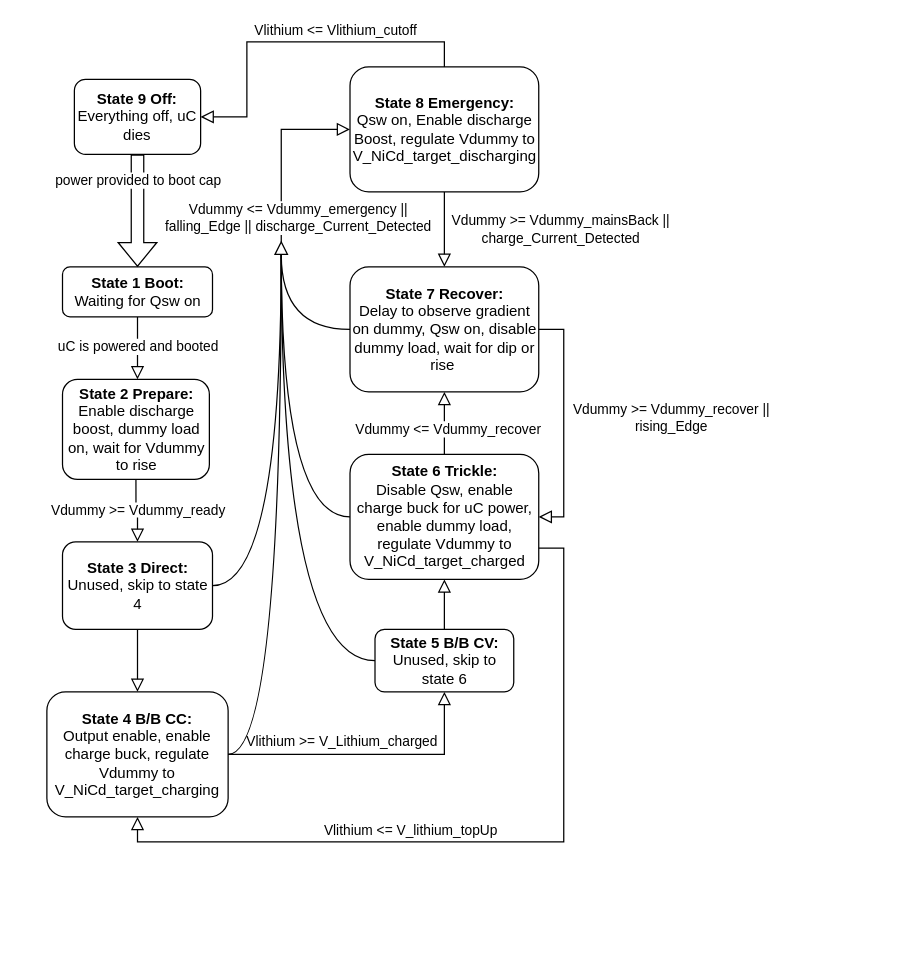
The draw.io diagram 204IntefaceFlowchart_CV.drawio in BStainthorpe/Flowcharts, before the edit. Source tidied: cells renumbered, new cells numbered last; positions are measured from the earlier drawing's top-left corner, leaving out a move shared by most shapes. Both pictures are drawn from the tidied source at 125%, with x=0, y=0 at pixel (46, 41).
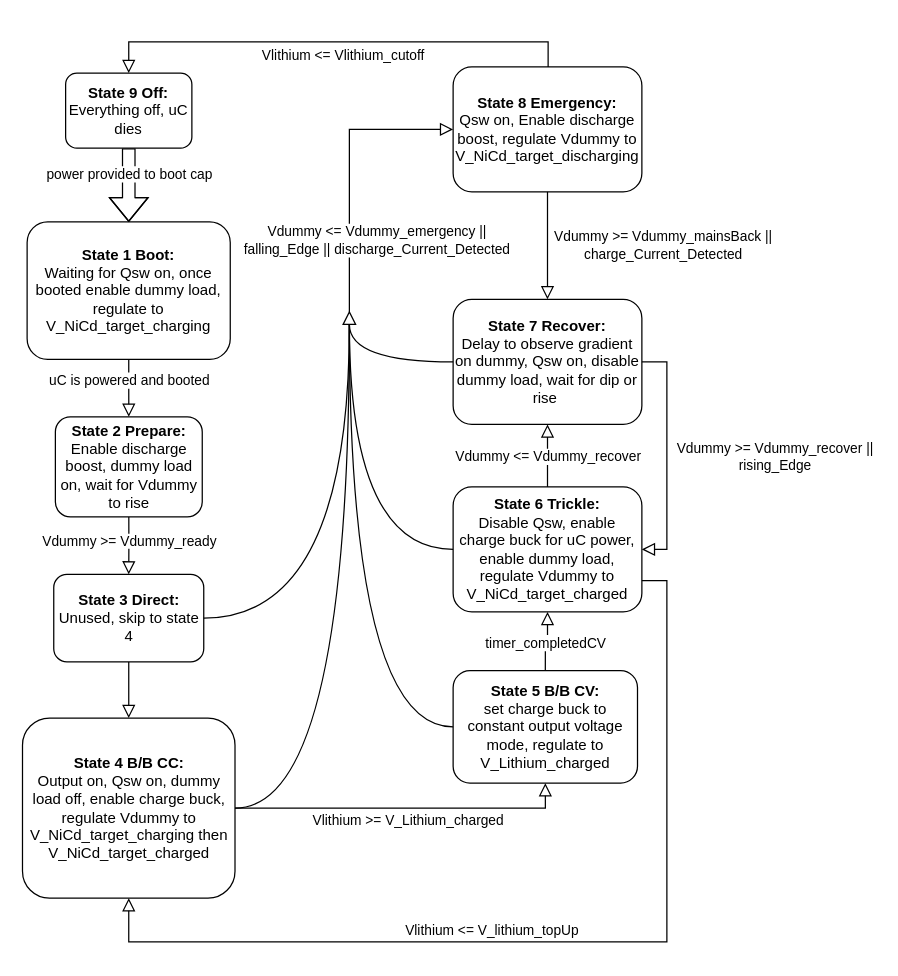
Above is the later version.

Unchanged cells that the change refers to:
```xml
<mxCell id="31" style="rounded=0;html=1;jettySize=auto;fontSize=11;endArrow=block;endFill=0;endSize=8;strokeWidth=1;shadow=0;labelBackgroundColor=none;edgeStyle=orthogonalEdgeStyle;entryX=1;entryY=0.5;entryDx=0;entryDy=0;exitX=1;exitY=0.5;exitDx=0;exitDy=0;" parent="1" edge="1" source="14" target="12">
  <mxGeometry x="0.04" y="20" relative="1" as="geometry" />
</mxCell>
<mxCell id="33" style="rounded=0;html=1;jettySize=auto;fontSize=11;endArrow=block;endFill=0;endSize=8;strokeWidth=1;shadow=0;labelBackgroundColor=none;edgeStyle=orthogonalEdgeStyle;entryX=0.5;entryY=1;entryDx=0;entryDy=0;exitX=0.5;exitY=0;exitDx=0;exitDy=0;" parent="1" edge="1" source="12" target="14">
  <mxGeometry x="0.04" y="20" relative="1" as="geometry" />
</mxCell>
```

Diff of the diagram source:
```diff
@@
-    <mxCell id="2" style="rounded=0;html=1;jettySize=auto;fontSize=11;endArrow=block;endFill=0;endSize=8;strokeWidth=1;shadow=0;labelBackgroundColor=none;edgeStyle=orthogonalEdgeStyle;" parent="1" edge="1" source="4">
-      <mxGeometry relative="1" as="geometry">
-        <mxPoint x="72.5" y="270" as="targetPoint" />
-      </mxGeometry>
-    </mxCell>
+    <mxCell id="37" style="rounded=0;html=1;jettySize=auto;fontSize=11;endArrow=block;endFill=0;endSize=8;strokeWidth=1;shadow=0;labelBackgroundColor=none;edgeStyle=orthogonalEdgeStyle;entryX=0.5;entryY=0;entryDx=0;entryDy=0;" parent="1" edge="1" source="38" target="7">
+      <mxGeometry relative="1" as="geometry" />
+    </mxCell>
-    <mxCell id="3" value="uC is powered and booted" style="edgeLabel;html=1;align=center;verticalAlign=middle;" parent="2" vertex="1">
+    <mxCell id="3" value="uC is powered and booted" style="edgeLabel;html=1;align=center;verticalAlign=middle;" parent="37" vertex="1">
       <mxGeometry x="-0.07" y="1" relative="1" as="geometry">
-        <mxPoint x="-1" as="offset" />
+        <mxPoint x="-1" y="-5" as="offset" />
       </mxGeometry>
     </mxCell>
-    <mxCell id="4" value="&lt;b&gt;State 1 Boot:&lt;/b&gt;&lt;div&gt;Waiting for Qsw on&lt;/div&gt;" style="rounded=1;whiteSpace=wrap;html=1;fontSize=12;glass=0;strokeWidth=1;shadow=0;" parent="1" vertex="1">
-      <mxGeometry x="12.5" y="180" width="120" height="40" as="geometry" />
-    </mxCell>
-    <mxCell id="5" style="rounded=0;html=1;jettySize=auto;fontSize=11;endArrow=block;endFill=0;endSize=8;strokeWidth=1;shadow=0;labelBackgroundColor=none;edgeStyle=orthogonalEdgeStyle;exitX=0.5;exitY=1;exitDx=0;exitDy=0;entryX=0.5;entryY=0;entryDx=0;entryDy=0;" parent="1" edge="1" source="8" target="9">
-      <mxGeometry x="0.05" y="19" relative="1" as="geometry">
-        <mxPoint y="-1" as="offset" />
-      </mxGeometry>
-    </mxCell>
+    <mxCell id="38" value="&lt;b&gt;State 1 Boot:&lt;/b&gt;&lt;div&gt;Waiting for Qsw on, once booted enable dummy load, regulate to V_NiCd_target_charging&lt;/div&gt;" style="rounded=1;whiteSpace=wrap;html=1;fontSize=12;glass=0;strokeWidth=1;shadow=0;" parent="1" vertex="1">
+      <mxGeometry x="-15.8" y="144" width="162.5" height="110" as="geometry" />
+    </mxCell>
+    <mxCell id="39" style="rounded=0;html=1;jettySize=auto;fontSize=11;endArrow=block;endFill=0;endSize=8;strokeWidth=1;shadow=0;labelBackgroundColor=none;edgeStyle=orthogonalEdgeStyle;exitX=0.5;exitY=1;exitDx=0;exitDy=0;entryX=0.5;entryY=0;entryDx=0;entryDy=0;" parent="1" edge="1" source="8" target="40">
+      <mxGeometry x="-0.02" y="19" relative="1" as="geometry" />
+    </mxCell>
     <mxCell id="6" value="&lt;span style=&quot;background-color: rgb(255, 255, 255);&quot;&gt;Vdummy &amp;gt;= Vdummy_ready&lt;/span&gt;" style="edgeStyle=orthogonalEdgeStyle;rounded=0;html=1;jettySize=auto;fontSize=11;endArrow=block;endFill=0;endSize=8;strokeWidth=1;shadow=0;labelBackgroundColor=none;entryX=0.5;entryY=0;entryDx=0;entryDy=0;exitX=0.5;exitY=1;exitDx=0;exitDy=0;" parent="1" edge="1" source="7" target="8">
-      <mxGeometry relative="1" as="geometry" />
+      <mxGeometry x="-0.13" relative="1" as="geometry" />
     </mxCell>
-    <mxCell id="7" value="&lt;b&gt;State 2 Prepare:&lt;/b&gt;&lt;div&gt;Enable discharge boost, dummy load on, wait for Vdummy to rise&lt;/div&gt;" style="rounded=1;whiteSpace=wrap;html=1;fontSize=12;glass=0;strokeWidth=1;shadow=0;" parent="1" vertex="1">
-      <mxGeometry x="12.5" y="270" width="117.5" height="80" as="geometry" />
-    </mxCell>
-    <mxCell id="8" value="&lt;b&gt;State 3 Direct:&lt;/b&gt;&lt;div&gt;Unused, skip to state 4&lt;/div&gt;" style="rounded=1;whiteSpace=wrap;html=1;fontSize=12;glass=0;strokeWidth=1;shadow=0;" parent="1" vertex="1">
-      <mxGeometry x="12.5" y="400" width="120" height="70" as="geometry" />
+    <mxCell id="8" value="&lt;b&gt;State 3 Direct:&lt;br&gt;&lt;/b&gt;&lt;div&gt;&lt;span style=&quot;background-color: initial;&quot;&gt;Unused, skip to state 4&lt;/span&gt;&lt;/div&gt;" style="rounded=1;whiteSpace=wrap;html=1;fontSize=12;glass=0;strokeWidth=1;shadow=0;" parent="1" vertex="1">
+      <mxGeometry x="5.5" y="426" width="120" height="70" as="geometry" />
     </mxCell>
-    <mxCell id="9" value="&lt;b&gt;State 4 B/B CC:&lt;/b&gt;&lt;div&gt;Output enable, enable charge buck, regulate Vdummy to V_NiCd_target_charging&lt;/div&gt;" style="rounded=1;whiteSpace=wrap;html=1;fontSize=12;glass=0;strokeWidth=1;shadow=0;" parent="1" vertex="1">
-      <mxGeometry y="520" width="145" height="100" as="geometry" />
-    </mxCell>
-    <mxCell id="10" value="&lt;b&gt;State 5 B/B CV:&lt;/b&gt;&lt;div&gt;Unused, skip to state 6&lt;/div&gt;" style="rounded=1;whiteSpace=wrap;html=1;fontSize=12;glass=0;strokeWidth=1;shadow=0;" parent="1" vertex="1">
-      <mxGeometry x="262.5" y="470" width="111" height="50" as="geometry" />
-    </mxCell>
+    <mxCell id="40" value="&lt;b&gt;State 4 B/B CC:&lt;/b&gt;&lt;div&gt;Output on, Qsw on, dummy load off, enable charge buck, regulate Vdummy to V_NiCd_target_charging then V_NiCd_target_charged&lt;/div&gt;" style="rounded=1;whiteSpace=wrap;html=1;fontSize=12;glass=0;strokeWidth=1;shadow=0;" parent="1" vertex="1">
+      <mxGeometry x="-19.5" y="541" width="170" height="144" as="geometry" />
+    </mxCell>
+    <mxCell id="41" value="&lt;b&gt;State 5 B/B CV:&lt;/b&gt;&lt;div&gt;set charge buck to constant output voltage mode, regulate to V_Lithium_charged&lt;/div&gt;" style="rounded=1;whiteSpace=wrap;html=1;fontSize=12;glass=0;strokeWidth=1;shadow=0;" parent="1" vertex="1">
+      <mxGeometry x="325" y="503" width="147.5" height="90" as="geometry" />
+    </mxCell>
-    <mxCell id="11" value="&lt;span style=&quot;background-color: rgb(255, 255, 255);&quot;&gt;Vlithium &amp;gt;= V_Lithium_charged&lt;/span&gt;" style="rounded=0;html=1;jettySize=auto;fontSize=11;endArrow=block;endFill=0;endSize=8;strokeWidth=1;shadow=0;labelBackgroundColor=none;edgeStyle=orthogonalEdgeStyle;exitX=1;exitY=0.5;exitDx=0;exitDy=0;entryX=0.5;entryY=1;entryDx=0;entryDy=0;" parent="1" edge="1" source="9" target="10">
-      <mxGeometry x="-0.18" y="10" relative="1" as="geometry" />
+    <mxCell id="11" value="&lt;span style=&quot;background-color: rgb(255, 255, 255);&quot;&gt;Vlithium &amp;gt;= V_Lithium_charged&lt;/span&gt;" style="rounded=0;html=1;jettySize=auto;fontSize=11;endArrow=block;endFill=0;endSize=8;strokeWidth=1;shadow=0;labelBackgroundColor=none;edgeStyle=orthogonalEdgeStyle;exitX=1;exitY=0.5;exitDx=0;exitDy=0;entryX=0.5;entryY=1;entryDx=0;entryDy=0;" parent="1" edge="1" source="40" target="41">
+      <mxGeometry x="0.03" y="-10" relative="1" as="geometry">
+        <Array as="points">
+          <mxPoint x="399" y="613" />
+        </Array>
+      </mxGeometry>
     </mxCell>
     <mxCell id="12" value="&lt;b&gt;State 6 Trickle:&lt;/b&gt;&lt;div&gt;Disable Qsw, enable charge buck for uC power, enable dummy load, regulate Vdummy to V_NiCd_target_charged&lt;/div&gt;" style="rounded=1;whiteSpace=wrap;html=1;fontSize=12;glass=0;strokeWidth=1;shadow=0;" parent="1" vertex="1">
-      <mxGeometry x="242.5" y="330" width="151" height="100" as="geometry" />
+      <mxGeometry x="325" y="356" width="151" height="100" as="geometry" />
     </mxCell>
-    <mxCell id="13" style="rounded=0;html=1;jettySize=auto;fontSize=11;endArrow=block;endFill=0;endSize=8;strokeWidth=1;shadow=0;labelBackgroundColor=none;edgeStyle=orthogonalEdgeStyle;exitX=0.5;exitY=0;exitDx=0;exitDy=0;entryX=0.5;entryY=1;entryDx=0;entryDy=0;" parent="1" edge="1" source="10" target="12">
-      <mxGeometry x="0.04" y="20" relative="1" as="geometry" />
-    </mxCell>
+    <mxCell id="42" style="rounded=0;html=1;jettySize=auto;fontSize=11;endArrow=block;endFill=0;endSize=8;strokeWidth=1;shadow=0;labelBackgroundColor=none;edgeStyle=orthogonalEdgeStyle;exitX=0.5;exitY=0;exitDx=0;exitDy=0;entryX=0.5;entryY=1;entryDx=0;entryDy=0;" parent="1" edge="1" source="41" target="12">
+      <mxGeometry x="0.04" y="20" relative="1" as="geometry" />
+    </mxCell>
+    <mxCell id="43" value="timer_completedCV" style="edgeLabel;html=1;align=center;verticalAlign=middle;" parent="42" vertex="1">
+      <mxGeometry x="-0.04" relative="1" as="geometry" />
+    </mxCell>
-    <mxCell id="14" value="&lt;b&gt;State 7 Recover:&lt;/b&gt;&lt;div&gt;Delay to observe gradient on dummy, Qsw on, disable dummy load, wait for dip or rise&amp;nbsp;&lt;/div&gt;" style="rounded=1;whiteSpace=wrap;html=1;fontSize=12;glass=0;strokeWidth=1;shadow=0;" parent="1" vertex="1">
-      <mxGeometry x="242.5" y="180" width="151" height="100" as="geometry" />
+    <mxCell id="14" value="&lt;b&gt;State 7 Recover:&lt;/b&gt;&lt;div&gt;Delay to observe gradient on dummy, Qsw on, disable dummy load, wait for dip or rise&amp;nbsp;&lt;br&gt;&lt;/div&gt;" style="rounded=1;whiteSpace=wrap;html=1;fontSize=12;glass=0;strokeWidth=1;shadow=0;" parent="1" vertex="1">
+      <mxGeometry x="325" y="206" width="151" height="100" as="geometry" />
     </mxCell>
-    <mxCell id="15" style="triangle;whiteSpace=wrap;html=1;rotation=-90;" parent="1" vertex="1">
-      <mxGeometry x="182.5" y="160" width="10" height="10" as="geometry" />
-    </mxCell>
-    <mxCell id="16" style="edgeStyle=orthogonalEdgeStyle;rounded=0;html=1;jettySize=auto;fontSize=11;endArrow=none;endFill=0;strokeWidth=1;shadow=0;labelBackgroundColor=none;entryX=0;entryY=0.5;entryDx=0;entryDy=0;exitX=1;exitY=0.5;exitDx=0;exitDy=0;curved=1;" parent="1" edge="1" source="8" target="15">
-      <mxGeometry relative="1" as="geometry" />
-    </mxCell>
-    <mxCell id="17" style="edgeStyle=orthogonalEdgeStyle;rounded=0;html=1;jettySize=auto;fontSize=11;endArrow=none;endFill=0;strokeWidth=1;shadow=0;labelBackgroundColor=none;exitX=1;exitY=0.5;exitDx=0;exitDy=0;curved=1;entryX=0;entryY=0.5;entryDx=0;entryDy=0;" parent="1" edge="1" source="9" target="15">
-      <mxGeometry relative="1" as="geometry" />
-    </mxCell>
-    <mxCell id="18" style="edgeStyle=orthogonalEdgeStyle;rounded=0;html=1;jettySize=auto;fontSize=11;endArrow=none;endFill=0;strokeWidth=1;shadow=0;labelBackgroundColor=none;exitX=0;exitY=0.5;exitDx=0;exitDy=0;curved=1;entryX=0;entryY=0.5;entryDx=0;entryDy=0;" parent="1" edge="1" source="10" target="15">
-      <mxGeometry relative="1" as="geometry" />
-    </mxCell>
-    <mxCell id="19" style="edgeStyle=orthogonalEdgeStyle;rounded=0;html=1;jettySize=auto;fontSize=11;endArrow=none;endFill=0;strokeWidth=1;shadow=0;labelBackgroundColor=none;exitX=0;exitY=0.5;exitDx=0;exitDy=0;curved=1;entryX=0;entryY=0.5;entryDx=0;entryDy=0;" parent="1" edge="1" source="12" target="15">
-      <mxGeometry relative="1" as="geometry" />
-    </mxCell>
-    <mxCell id="20" value="&lt;b&gt;State 8 Emergency:&lt;/b&gt;&lt;div&gt;Qsw on, Enable discharge Boost, regulate Vdummy to V_NiCd_target_discharging&lt;/div&gt;" style="rounded=1;whiteSpace=wrap;html=1;fontSize=12;glass=0;strokeWidth=1;shadow=0;" parent="1" vertex="1">
-      <mxGeometry x="242.5" y="20" width="151" height="100" as="geometry" />
-    </mxCell>
-    <mxCell id="21" style="rounded=0;html=1;jettySize=auto;fontSize=11;endArrow=block;endFill=0;endSize=8;strokeWidth=1;shadow=0;labelBackgroundColor=none;edgeStyle=orthogonalEdgeStyle;entryX=0;entryY=0.5;entryDx=0;entryDy=0;exitX=1;exitY=0.5;exitDx=0;exitDy=0;" parent="1" edge="1" source="15" target="20">
-      <mxGeometry x="0.04" y="20" relative="1" as="geometry" />
-    </mxCell>
+    <mxCell id="44" style="triangle;whiteSpace=wrap;html=1;rotation=-90;" parent="1" vertex="1">
+      <mxGeometry x="237" y="216" width="10" height="10" as="geometry" />
+    </mxCell>
+    <mxCell id="45" style="edgeStyle=orthogonalEdgeStyle;rounded=0;html=1;jettySize=auto;fontSize=11;endArrow=none;endFill=0;strokeWidth=1;shadow=0;labelBackgroundColor=none;entryX=0;entryY=0.5;entryDx=0;entryDy=0;exitX=1;exitY=0.5;exitDx=0;exitDy=0;curved=1;" parent="1" edge="1" source="8" target="44">
+      <mxGeometry relative="1" as="geometry" />
+    </mxCell>
+    <mxCell id="46" style="edgeStyle=orthogonalEdgeStyle;rounded=0;html=1;jettySize=auto;fontSize=11;endArrow=none;endFill=0;strokeWidth=1;shadow=0;labelBackgroundColor=none;exitX=1;exitY=0.5;exitDx=0;exitDy=0;curved=1;entryX=0;entryY=0.5;entryDx=0;entryDy=0;" parent="1" edge="1" source="40" target="44">
+      <mxGeometry relative="1" as="geometry" />
+    </mxCell>
+    <mxCell id="47" style="edgeStyle=orthogonalEdgeStyle;rounded=0;html=1;jettySize=auto;fontSize=11;endArrow=none;endFill=0;strokeWidth=1;shadow=0;labelBackgroundColor=none;exitX=0;exitY=0.5;exitDx=0;exitDy=0;curved=1;entryX=0;entryY=0.5;entryDx=0;entryDy=0;" parent="1" edge="1" source="41" target="44">
+      <mxGeometry relative="1" as="geometry" />
+    </mxCell>
+    <mxCell id="48" style="edgeStyle=orthogonalEdgeStyle;rounded=0;html=1;jettySize=auto;fontSize=11;endArrow=none;endFill=0;strokeWidth=1;shadow=0;labelBackgroundColor=none;exitX=0;exitY=0.5;exitDx=0;exitDy=0;curved=1;entryX=0;entryY=0.5;entryDx=0;entryDy=0;" parent="1" edge="1" source="12" target="44">
+      <mxGeometry relative="1" as="geometry" />
+    </mxCell>
+    <mxCell id="49" value="&lt;b&gt;State 8 Emergency:&lt;/b&gt;&lt;div&gt;Qsw on, Enable discharge boost, regulate Vdummy to V_NiCd_target_discharging&lt;/div&gt;" style="rounded=1;whiteSpace=wrap;html=1;fontSize=12;glass=0;strokeWidth=1;shadow=0;" parent="1" vertex="1">
+      <mxGeometry x="325" y="20" width="151" height="100" as="geometry" />
+    </mxCell>
+    <mxCell id="50" style="rounded=0;html=1;jettySize=auto;fontSize=11;endArrow=block;endFill=0;endSize=8;strokeWidth=1;shadow=0;labelBackgroundColor=none;edgeStyle=orthogonalEdgeStyle;entryX=0;entryY=0.5;entryDx=0;entryDy=0;exitX=1;exitY=0.5;exitDx=0;exitDy=0;" parent="1" edge="1" source="44" target="49">
+      <mxGeometry x="0.04" y="20" relative="1" as="geometry" />
+    </mxCell>
-    <mxCell id="22" value="Vdummy &amp;lt;= Vdummy_emergency ||&lt;div&gt;falling_Edge || discharge_Current_Detected&lt;/div&gt;" style="edgeLabel;html=1;align=center;verticalAlign=middle;" parent="21" vertex="1">
+    <mxCell id="22" value="Vdummy &amp;lt;= Vdummy_emergency ||&lt;div&gt;falling_Edge || discharge_Current_Detected&lt;/div&gt;" style="edgeLabel;html=1;align=center;verticalAlign=middle;" parent="50" vertex="1">
       <mxGeometry x="-0.09" relative="1" as="geometry">
-        <mxPoint x="13" y="46" as="offset" />
+        <mxPoint x="21" y="46" as="offset" />
       </mxGeometry>
     </mxCell>
-    <mxCell id="23" style="edgeStyle=orthogonalEdgeStyle;rounded=0;html=1;jettySize=auto;fontSize=11;endArrow=none;endFill=0;strokeWidth=1;shadow=0;labelBackgroundColor=none;exitX=0;exitY=0.5;exitDx=0;exitDy=0;curved=1;entryX=0;entryY=0.5;entryDx=0;entryDy=0;" parent="1" edge="1" source="14" target="15">
-      <mxGeometry relative="1" as="geometry" />
-    </mxCell>
-    <mxCell id="24" style="edgeStyle=orthogonalEdgeStyle;rounded=0;jettySize=auto;html=1;exitX=0.5;exitY=1;exitDx=0;exitDy=0;shape=flexArrow;" parent="1" edge="1" source="26" target="4">
-      <mxGeometry relative="1" as="geometry" />
-    </mxCell>
+    <mxCell id="51" style="edgeStyle=orthogonalEdgeStyle;rounded=0;html=1;jettySize=auto;fontSize=11;endArrow=none;endFill=0;strokeWidth=1;shadow=0;labelBackgroundColor=none;exitX=0;exitY=0.5;exitDx=0;exitDy=0;curved=1;entryX=0;entryY=0.5;entryDx=0;entryDy=0;" parent="1" edge="1" source="14" target="44">
+      <mxGeometry relative="1" as="geometry" />
+    </mxCell>
+    <mxCell id="52" style="edgeStyle=orthogonalEdgeStyle;rounded=0;jettySize=auto;html=1;exitX=0.5;exitY=1;exitDx=0;exitDy=0;shape=flexArrow;" parent="1" edge="1" source="26" target="38">
+      <mxGeometry relative="1" as="geometry" />
+    </mxCell>
-    <mxCell id="25" value="power provided to boot cap" style="edgeLabel;html=1;align=center;verticalAlign=middle;" parent="24" vertex="1">
+    <mxCell id="25" value="power provided to boot cap" style="edgeLabel;html=1;align=center;verticalAlign=middle;" parent="52" vertex="1">
       <mxGeometry x="0.03" y="-4" relative="1" as="geometry">
-        <mxPoint x="4" y="-26" as="offset" />
+        <mxPoint x="4" y="-10" as="offset" />
       </mxGeometry>
     </mxCell>
     <mxCell id="26" value="&lt;b&gt;State 9 Off:&lt;/b&gt;&lt;div&gt;Everything off, uC dies&lt;/div&gt;" style="rounded=1;whiteSpace=wrap;html=1;fontSize=12;glass=0;strokeWidth=1;shadow=0;" parent="1" vertex="1">
-      <mxGeometry x="22" y="30" width="101" height="60" as="geometry" />
+      <mxGeometry x="15" y="25" width="101" height="60" as="geometry" />
     </mxCell>
-    <mxCell id="27" style="rounded=0;html=1;jettySize=auto;fontSize=11;endArrow=block;endFill=0;endSize=8;strokeWidth=1;shadow=0;labelBackgroundColor=none;edgeStyle=orthogonalEdgeStyle;entryX=1;entryY=0.5;entryDx=0;entryDy=0;exitX=0.5;exitY=0;exitDx=0;exitDy=0;" parent="1" edge="1" source="20" target="26">
-      <mxGeometry x="0.04" y="20" relative="1" as="geometry">
-        <Array as="points">
-          <mxPoint x="318" />
-          <mxPoint x="160" />
-          <mxPoint x="160" y="60" />
-        </Array>
-      </mxGeometry>
-    </mxCell>
+    <mxCell id="53" style="rounded=0;html=1;jettySize=auto;fontSize=11;endArrow=block;endFill=0;endSize=8;strokeWidth=1;shadow=0;labelBackgroundColor=none;edgeStyle=orthogonalEdgeStyle;entryX=0.5;entryY=0;entryDx=0;entryDy=0;" parent="1" edge="1" target="26">
+      <mxGeometry x="0.04" y="20" relative="1" as="geometry">
+        <mxPoint x="401" y="20" as="sourcePoint" />
+        <Array as="points">
+          <mxPoint x="401" />
+          <mxPoint x="66" />
+        </Array>
+      </mxGeometry>
+    </mxCell>
-    <mxCell id="28" value="Vlithium &amp;lt;= Vlithium_cutoff" style="edgeLabel;html=1;align=center;verticalAlign=middle;" parent="27" vertex="1">
+    <mxCell id="28" value="Vlithium &amp;lt;= Vlithium_cutoff" style="edgeLabel;html=1;align=center;verticalAlign=middle;" parent="53" vertex="1">
       <mxGeometry x="-0.09" relative="1" as="geometry">
-        <mxPoint x="17" y="-10" as="offset" />
+        <mxPoint x="-12" y="10" as="offset" />
       </mxGeometry>
     </mxCell>
-    <mxCell id="29" style="rounded=0;html=1;jettySize=auto;fontSize=11;endArrow=block;endFill=0;endSize=8;strokeWidth=1;shadow=0;labelBackgroundColor=none;edgeStyle=orthogonalEdgeStyle;entryX=0.5;entryY=0;entryDx=0;entryDy=0;exitX=0.5;exitY=1;exitDx=0;exitDy=0;" parent="1" edge="1" source="20" target="14">
-      <mxGeometry x="0.04" y="20" relative="1" as="geometry" />
-    </mxCell>
+    <mxCell id="54" style="rounded=0;html=1;jettySize=auto;fontSize=11;endArrow=block;endFill=0;endSize=8;strokeWidth=1;shadow=0;labelBackgroundColor=none;edgeStyle=orthogonalEdgeStyle;entryX=0.5;entryY=0;entryDx=0;entryDy=0;exitX=0.5;exitY=1;exitDx=0;exitDy=0;" parent="1" edge="1" source="49" target="14">
+      <mxGeometry x="0.04" y="20" relative="1" as="geometry" />
+    </mxCell>
-    <mxCell id="30" value="Vdummy &amp;gt;= Vdummy_mainsBack ||&lt;div&gt;charge_Current_Detected&lt;/div&gt;" style="edgeLabel;html=1;align=center;verticalAlign=middle;" parent="29" vertex="1">
+    <mxCell id="30" value="Vdummy &amp;gt;= Vdummy_mainsBack ||&lt;div&gt;charge_Current_Detected&lt;/div&gt;" style="edgeLabel;html=1;align=center;verticalAlign=middle;" parent="54" vertex="1">
       <mxGeometry x="-0.09" relative="1" as="geometry">
-        <mxPoint x="92" y="2" as="offset" />
+        <mxPoint x="92" y="3" as="offset" />
       </mxGeometry>
     </mxCell>
@@
     <mxCell id="32" value="Vdummy &amp;gt;= Vdummy_recover ||&amp;nbsp;&lt;div&gt;rising_Edge&amp;nbsp;&lt;/div&gt;" style="edgeLabel;html=1;align=center;verticalAlign=middle;" parent="31" vertex="1">
       <mxGeometry x="-0.09" relative="1" as="geometry">
-        <mxPoint x="87" y="4" as="offset" />
+        <mxPoint x="87" y="9" as="offset" />
       </mxGeometry>
     </mxCell>
@@
     <mxCell id="34" value="Vdummy &amp;lt;= Vdummy_recover" style="edgeLabel;html=1;align=center;verticalAlign=middle;" parent="33" vertex="1">
       <mxGeometry x="-0.09" relative="1" as="geometry">
-        <mxPoint x="2" y="2" as="offset" />
+        <mxPoint y="-2" as="offset" />
       </mxGeometry>
     </mxCell>
-    <mxCell id="35" style="rounded=0;html=1;jettySize=auto;fontSize=11;endArrow=block;endFill=0;endSize=8;strokeWidth=1;shadow=0;labelBackgroundColor=none;edgeStyle=orthogonalEdgeStyle;entryX=0.5;entryY=1;entryDx=0;entryDy=0;exitX=1;exitY=0.75;exitDx=0;exitDy=0;" parent="1" edge="1" source="12" target="9">
-      <mxGeometry x="0.04" y="20" relative="1" as="geometry" />
-    </mxCell>
+    <mxCell id="55" style="rounded=0;html=1;jettySize=auto;fontSize=11;endArrow=block;endFill=0;endSize=8;strokeWidth=1;shadow=0;labelBackgroundColor=none;edgeStyle=orthogonalEdgeStyle;entryX=0.5;entryY=1;entryDx=0;entryDy=0;exitX=1;exitY=0.75;exitDx=0;exitDy=0;" parent="1" edge="1" source="12" target="40">
+      <mxGeometry x="0.04" y="20" relative="1" as="geometry">
+        <Array as="points">
+          <mxPoint x="496" y="431" />
+          <mxPoint x="496" y="720" />
+          <mxPoint x="66" y="720" />
+          <mxPoint x="66" y="685" />
+        </Array>
+      </mxGeometry>
+    </mxCell>
-    <mxCell id="36" value="Vlithium &amp;lt;= V_lithium_topUp" style="edgeLabel;html=1;align=center;verticalAlign=middle;" parent="35" vertex="1">
+    <mxCell id="36" value="Vlithium &amp;lt;= V_lithium_topUp" style="edgeLabel;html=1;align=center;verticalAlign=middle;" parent="55" vertex="1">
       <mxGeometry x="-0.09" relative="1" as="geometry">
         <mxPoint x="-98" y="-10" as="offset" />
       </mxGeometry>
     </mxCell>
+    <mxCell id="7" value="&lt;b&gt;State 2 Prepare:&lt;/b&gt;&lt;div&gt;Enable discharge boost, dummy load on, wait for Vdummy to rise&lt;/div&gt;" style="rounded=1;whiteSpace=wrap;html=1;fontSize=12;glass=0;strokeWidth=1;shadow=0;" parent="1" vertex="1">
+      <mxGeometry x="6.8" y="300" width="117.5" height="80" as="geometry" />
+    </mxCell>
```
